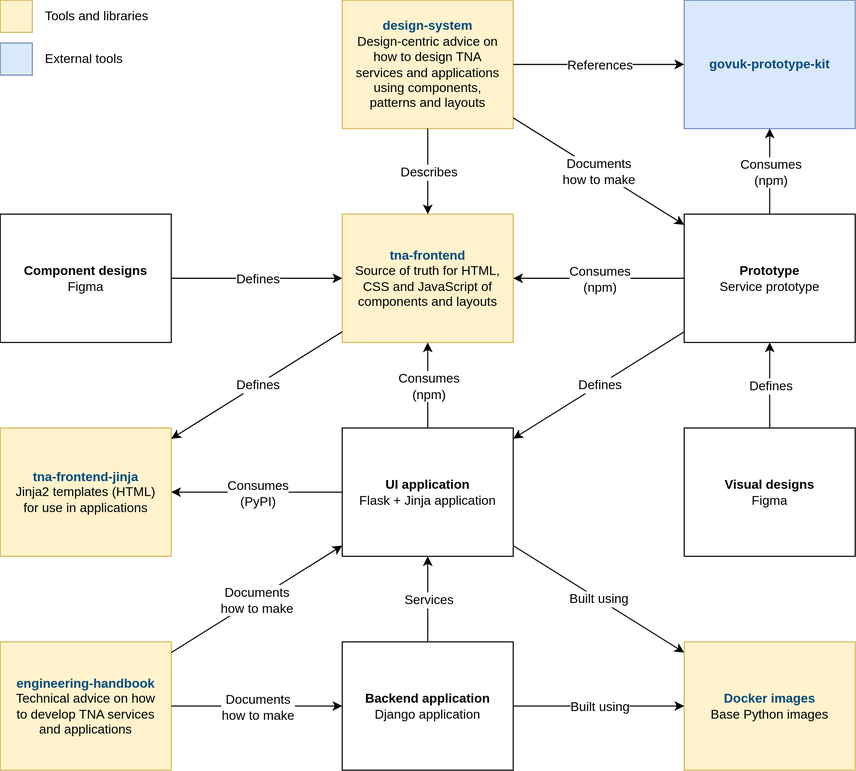
This is docs/assets/resource-relationships.drawio.svg from nationalarchives/engineering-handbook, a draw.io export, as it was before one commit. Source tidied: cells renumbered, new cells last; positions are measured from the earlier drawing's top-left corner, leaving out a move shared by most shapes.
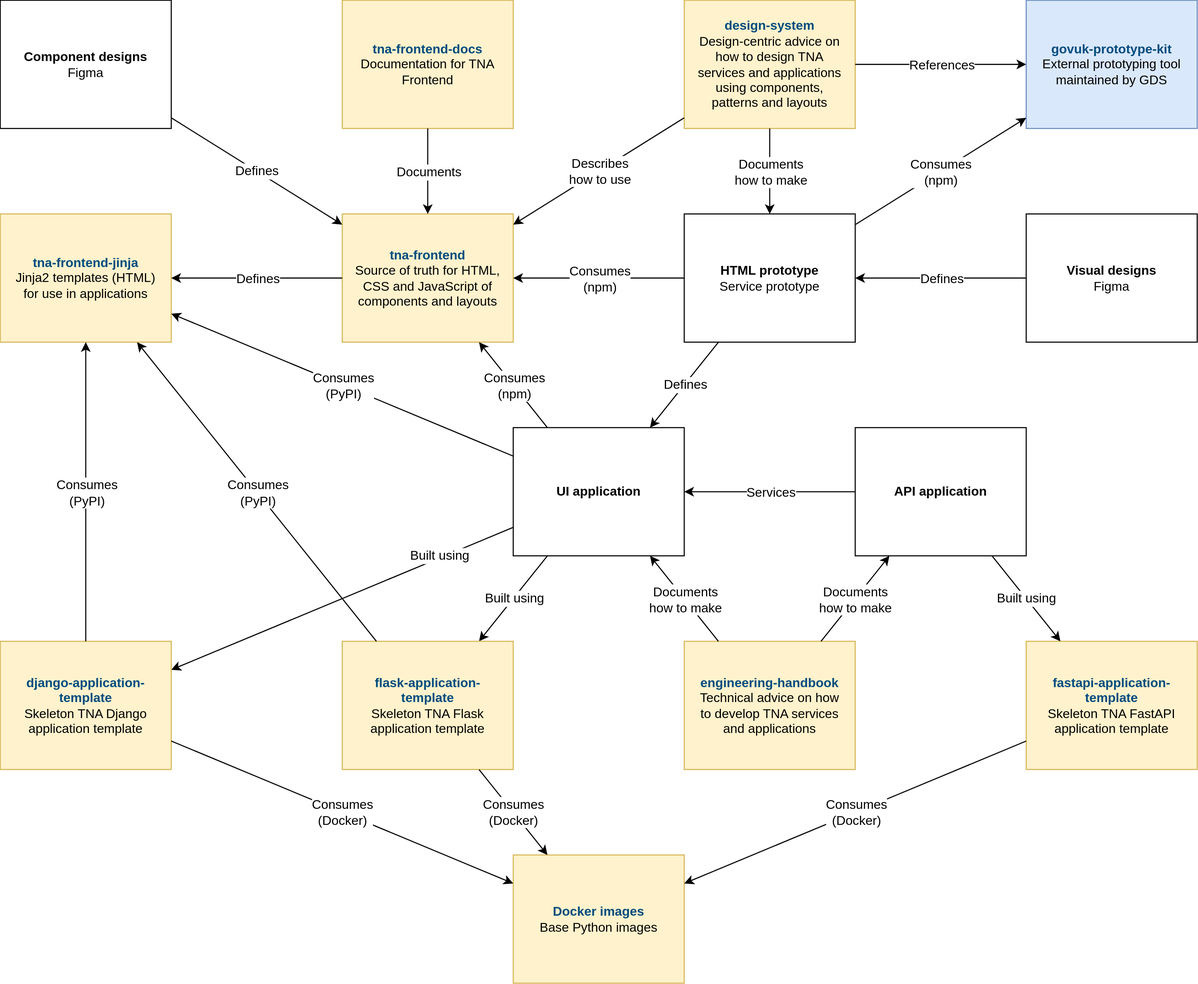
The same file after the commit.

Commit message:
Update relationships diagram

Diff of the diagram source:
```diff
@@ -5,65 +5,38 @@
     <mxCell id="2" value="&lt;b&gt;&lt;a href=&quot;https://nationalarchives.github.io/engineering-handbook/resources/tna-frontend/&quot;&gt;&lt;font color=&quot;#004c7e&quot;&gt;tna-frontend&lt;/font&gt;&lt;/a&gt;&lt;/b&gt;&lt;br&gt;Source of truth for HTML, CSS and JavaScript of components and layouts" style="rounded=0;whiteSpace=wrap;html=1;spacing=10;fillColor=#fff2cc;strokeColor=#d6b656;" parent="1" vertex="1">
       <mxGeometry x="320" y="200" width="160" height="120" as="geometry" />
     </mxCell>
-    <mxCell id="3" value="&lt;b&gt;Backend application&lt;/b&gt;&lt;br&gt;Django application" style="rounded=0;whiteSpace=wrap;html=1;spacing=10;" parent="1" vertex="1">
-      <mxGeometry x="320" y="600" width="160" height="120" as="geometry" />
-    </mxCell>
-    <mxCell id="4" style="endArrow=classic;html=1;rounded=0;" parent="1" edge="1" source="3" target="17">
-      <mxGeometry relative="1" as="geometry" />
-    </mxCell>
-    <mxCell id="5" value="Services" style="edgeLabel;html=1;align=center;verticalAlign=middle;fontSize=12;" parent="4" vertex="1">
-      <mxGeometry relative="1" as="geometry" />
-    </mxCell>
     <mxCell id="6" value="&lt;b&gt;&lt;a href=&quot;https://nationalarchives.github.io/engineering-handbook/resources/design-system/&quot;&gt;&lt;font color=&quot;#004c7e&quot;&gt;design-system&lt;/font&gt;&lt;/a&gt;&lt;/b&gt;&lt;br&gt;Design-centric advice on how to design TNA services and applications using components, patterns and layouts" style="rounded=0;whiteSpace=wrap;html=1;spacing=10;fillColor=#fff2cc;strokeColor=#d6b656;" parent="1" vertex="1">
-      <mxGeometry x="320" width="160" height="120" as="geometry" />
+      <mxGeometry x="640" width="160" height="120" as="geometry" />
     </mxCell>
     <mxCell id="7" style="endArrow=classic;html=1;rounded=0;" parent="1" edge="1" source="6" target="2">
       <mxGeometry relative="1" as="geometry" />
     </mxCell>
-    <mxCell id="8" value="Describes" style="edgeLabel;html=1;align=center;verticalAlign=middle;fontSize=12;" parent="7" vertex="1">
+    <mxCell id="8" value="Describes&lt;div&gt;how to use&lt;/div&gt;" style="edgeLabel;html=1;align=center;verticalAlign=middle;fontSize=12;" parent="7" vertex="1">
       <mxGeometry relative="1" as="geometry" />
     </mxCell>
     <mxCell id="9" value="&lt;b&gt;&lt;a href=&quot;https://nationalarchives.github.io/engineering-handbook/&quot;&gt;&lt;font color=&quot;#004c7e&quot;&gt;engineering-handbook&lt;/font&gt;&lt;/a&gt;&lt;/b&gt;&lt;br&gt;Technical advice on how to develop TNA services and applications" style="rounded=0;whiteSpace=wrap;html=1;spacing=10;fillColor=#fff2cc;strokeColor=#d6b656;" parent="1" vertex="1">
-      <mxGeometry y="600" width="160" height="120" as="geometry" />
+      <mxGeometry x="640" y="600" width="160" height="120" as="geometry" />
     </mxCell>
-    <mxCell id="10" style="endArrow=classic;html=1;rounded=0;" parent="1" edge="1" source="9" target="3">
-      <mxGeometry relative="1" as="geometry" />
-    </mxCell>
-    <mxCell id="11" value="Documents&lt;br style=&quot;border-color: var(--border-color);&quot;&gt;how to make" style="edgeLabel;html=1;align=center;verticalAlign=middle;fontSize=12;" parent="10" vertex="1">
-      <mxGeometry relative="1" as="geometry" />
-    </mxCell>
     <mxCell id="12" value="&lt;a href=&quot;https://nationalarchives.github.io/engineering-handbook/resources/tna-frontend-jinja/&quot;&gt;&lt;b&gt;&lt;font color=&quot;#004c7e&quot;&gt;tna-frontend-jinja&lt;/font&gt;&lt;/b&gt;&lt;br&gt;&lt;/a&gt;Jinja2 templates (HTML) for use in applications" style="rounded=0;whiteSpace=wrap;html=1;spacing=10;fillColor=#fff2cc;strokeColor=#d6b656;" parent="1" vertex="1">
-      <mxGeometry y="400" width="160" height="120" as="geometry" />
+      <mxGeometry y="200" width="160" height="120" as="geometry" />
     </mxCell>
-    <mxCell id="13" style="endArrow=classic;html=1;rounded=0;" parent="1" edge="1" source="9" target="17">
-      <mxGeometry relative="1" as="geometry" />
-    </mxCell>
-    <mxCell id="14" value="Documents&lt;br style=&quot;border-color: var(--border-color);&quot;&gt;how to make" style="edgeLabel;html=1;align=center;verticalAlign=middle;fontSize=12;" parent="13" vertex="1">
-      <mxGeometry relative="1" as="geometry" />
-    </mxCell>
     <mxCell id="15" style="endArrow=classic;html=1;rounded=0;" parent="1" edge="1" source="2" target="12">
       <mxGeometry relative="1" as="geometry" />
     </mxCell>
     <mxCell id="16" value="Defines" style="edgeLabel;html=1;align=center;verticalAlign=middle;fontSize=12;" parent="15" vertex="1">
       <mxGeometry relative="1" as="geometry" />
     </mxCell>
-    <mxCell id="17" value="&lt;b&gt;UI application&lt;/b&gt;&lt;div&gt;Flask + Jinja application&lt;/div&gt;" style="rounded=0;whiteSpace=wrap;html=1;spacing=10;" parent="1" vertex="1">
-      <mxGeometry x="320" y="400" width="160" height="120" as="geometry" />
+    <mxCell id="17" value="&lt;b&gt;UI application&lt;/b&gt;" style="rounded=0;whiteSpace=wrap;html=1;spacing=10;" parent="1" vertex="1">
+      <mxGeometry x="480" y="400" width="160" height="120" as="geometry" />
     </mxCell>
-    <mxCell id="18" style="endArrow=classic;html=1;rounded=0;" parent="1" edge="1" source="17" target="12">
-      <mxGeometry relative="1" as="geometry" />
-    </mxCell>
-    <mxCell id="19" value="Consumes&lt;br style=&quot;font-size: 12px;&quot;&gt;(PyPI)" style="edgeLabel;html=1;align=center;verticalAlign=middle;fontSize=12;" parent="18" vertex="1">
-      <mxGeometry relative="1" as="geometry" />
-    </mxCell>
     <mxCell id="20" style="endArrow=classic;html=1;rounded=0;" parent="1" edge="1" source="17" target="2">
       <mxGeometry relative="1" as="geometry" />
     </mxCell>
     <mxCell id="21" value="Consumes&lt;br style=&quot;font-size: 12px;&quot;&gt;(npm)" style="edgeLabel;html=1;align=center;verticalAlign=middle;fontSize=12;" parent="20" vertex="1">
       <mxGeometry relative="1" as="geometry" />
     </mxCell>
-    <mxCell id="22" value="&lt;b&gt;&lt;a href=&quot;https://nationalarchives.github.io/engineering-handbook/resources/govuk-prototype-kit/&quot;&gt;&lt;font color=&quot;#004c7e&quot;&gt;govuk-prototype-kit&lt;/font&gt;&lt;/a&gt;&lt;/b&gt;" style="rounded=0;whiteSpace=wrap;html=1;spacing=10;fillColor=#dae8fc;strokeColor=#6c8ebf;fillStyle=auto;perimeterSpacing=0;glass=0;shadow=0;" parent="1" vertex="1">
-      <mxGeometry x="640" width="160" height="120" as="geometry" />
+    <mxCell id="22" value="&lt;b&gt;&lt;a href=&quot;https://nationalarchives.github.io/engineering-handbook/resources/govuk-prototype-kit/&quot;&gt;&lt;font color=&quot;#004c7e&quot;&gt;govuk-prototype-kit&lt;/font&gt;&lt;/a&gt;&lt;/b&gt;&lt;div&gt;External prototyping tool maintained by GDS&lt;/div&gt;" style="rounded=0;whiteSpace=wrap;html=1;spacing=10;fillColor=#dae8fc;strokeColor=#6c8ebf;fillStyle=auto;perimeterSpacing=0;glass=0;shadow=0;" parent="1" vertex="1">
+      <mxGeometry x="960" width="160" height="120" as="geometry" />
     </mxCell>
     <mxCell id="23" style="endArrow=classic;html=1;rounded=0;" parent="1" edge="1" source="6" target="22">
       <mxGeometry relative="1" as="geometry" />
@@ -71,7 +44,7 @@
     <mxCell id="24" value="References" style="edgeLabel;html=1;align=center;verticalAlign=middle;fontSize=12;" parent="23" vertex="1">
       <mxGeometry relative="1" as="geometry" />
     </mxCell>
-    <mxCell id="25" value="&lt;b&gt;Prototype&lt;/b&gt;&lt;br&gt;Service prototype" style="rounded=0;whiteSpace=wrap;html=1;spacing=10;" parent="1" vertex="1">
+    <mxCell id="25" value="&lt;b&gt;HTML prototype&lt;/b&gt;&lt;br&gt;Service prototype" style="rounded=0;whiteSpace=wrap;html=1;spacing=10;" parent="1" vertex="1">
       <mxGeometry x="640" y="200" width="160" height="120" as="geometry" />
     </mxCell>
     <mxCell id="26" style="endArrow=classic;html=1;rounded=0;" parent="1" edge="1" source="25" target="22">
@@ -99,7 +72,7 @@
       <mxGeometry relative="1" as="geometry" />
     </mxCell>
     <mxCell id="34" value="&lt;b&gt;Visual designs&lt;/b&gt;&lt;br&gt;Figma" style="rounded=0;whiteSpace=wrap;html=1;spacing=10;" parent="1" vertex="1">
-      <mxGeometry x="640" y="400" width="160" height="120" as="geometry" />
+      <mxGeometry x="960" y="200" width="160" height="120" as="geometry" />
     </mxCell>
     <mxCell id="35" style="endArrow=classic;html=1;rounded=0;" parent="1" edge="1" source="34" target="25">
       <mxGeometry relative="1" as="geometry" />
@@ -108,7 +81,7 @@
       <mxGeometry relative="1" as="geometry" />
     </mxCell>
     <mxCell id="37" value="&lt;b&gt;Component designs&lt;/b&gt;&lt;br&gt;Figma" style="rounded=0;whiteSpace=wrap;html=1;spacing=10;" parent="1" vertex="1">
-      <mxGeometry y="200" width="160" height="120" as="geometry" />
+      <mxGeometry width="160" height="120" as="geometry" />
     </mxCell>
     <mxCell id="38" style="endArrow=classic;html=1;rounded=0;" parent="1" edge="1" source="37" target="2">
       <mxGeometry relative="1" as="geometry" />
@@ -116,32 +89,103 @@
     <mxCell id="39" value="Defines" style="edgeLabel;html=1;align=center;verticalAlign=middle;fontSize=12;" parent="38" vertex="1">
       <mxGeometry relative="1" as="geometry" />
     </mxCell>
-    <mxCell id="40" style="rounded=0;whiteSpace=wrap;html=1;spacing=10;fillColor=#fff2cc;strokeColor=#d6b656;" parent="1" vertex="1">
-      <mxGeometry width="30" height="30" as="geometry" />
-    </mxCell>
-    <mxCell id="41" value="Tools and libraries" style="text;html=1;align=left;verticalAlign=middle;whiteSpace=wrap;rounded=0;" parent="1" vertex="1">
-      <mxGeometry x="40" width="120" height="30" as="geometry" />
-    </mxCell>
-    <mxCell id="42" style="rounded=0;whiteSpace=wrap;html=1;spacing=10;fillColor=#dae8fc;strokeColor=#6c8ebf;" parent="1" vertex="1">
-      <mxGeometry y="40" width="30" height="30" as="geometry" />
-    </mxCell>
-    <mxCell id="43" value="External tools" style="text;html=1;align=left;verticalAlign=middle;whiteSpace=wrap;rounded=0;" parent="1" vertex="1">
-      <mxGeometry x="40" y="40" width="120" height="30" as="geometry" />
-    </mxCell>
     <mxCell id="44" value="&lt;b&gt;&lt;a href=&quot;https://nationalarchives.github.io/engineering-handbook/resources/docker-images/&quot;&gt;&lt;font color=&quot;#004c7e&quot;&gt;Docker images&lt;/font&gt;&lt;/a&gt;&lt;/b&gt;&lt;div&gt;Base Python images&lt;/div&gt;" style="rounded=0;whiteSpace=wrap;html=1;spacing=10;fillColor=#fff2cc;strokeColor=#d6b656;" parent="1" vertex="1">
-      <mxGeometry x="640" y="600" width="160" height="120" as="geometry" />
+      <mxGeometry x="480" y="800" width="160" height="120" as="geometry" />
     </mxCell>
-    <mxCell id="45" style="endArrow=classic;html=1;rounded=0;" parent="1" edge="1" source="17" target="44">
+    <mxCell id="45" style="endArrow=classic;html=1;rounded=0;" parent="1" edge="1" source="17" target="52">
       <mxGeometry relative="1" as="geometry" />
     </mxCell>
     <mxCell id="46" value="Built using" style="edgeLabel;html=1;align=center;verticalAlign=middle;fontSize=12;" parent="45" vertex="1">
       <mxGeometry relative="1" as="geometry" />
     </mxCell>
-    <mxCell id="47" style="endArrow=classic;html=1;rounded=0;" parent="1" edge="1" source="3" target="44">
+    <mxCell id="47" style="endArrow=classic;html=1;rounded=0;" parent="1" edge="1" source="17" target="53">
       <mxGeometry relative="1" as="geometry" />
     </mxCell>
     <mxCell id="48" value="Built using" style="edgeLabel;html=1;align=center;verticalAlign=middle;fontSize=12;" parent="47" vertex="1">
-      <mxGeometry relative="1" as="geometry" />
+      <mxGeometry relative="1" as="geometry">
+        <mxPoint x="90" y="-40" as="offset" />
+      </mxGeometry>
     </mxCell>
+    <mxCell id="49" value="&lt;b&gt;&lt;a href=&quot;https://nationalarchives.github.io/engineering-handbook/resources/tna-frontend/&quot;&gt;&lt;font color=&quot;#004c7e&quot;&gt;tna-frontend-docs&lt;/font&gt;&lt;/a&gt;&lt;/b&gt;&lt;br&gt;Documentation for TNA Frontend" style="rounded=0;whiteSpace=wrap;html=1;spacing=10;fillColor=#fff2cc;strokeColor=#d6b656;" parent="1" vertex="1">
+      <mxGeometry x="320" width="160" height="120" as="geometry" />
+    </mxCell>
+    <mxCell id="50" style="endArrow=classic;html=1;rounded=0;" parent="1" edge="1" source="49" target="2">
+      <mxGeometry relative="1" as="geometry" />
+    </mxCell>
+    <mxCell id="51" value="Documents" style="edgeLabel;html=1;align=center;verticalAlign=middle;fontSize=12;" parent="50" vertex="1">
+      <mxGeometry relative="1" as="geometry" />
+    </mxCell>
+    <mxCell id="52" value="&lt;b&gt;&lt;a href=&quot;https://nationalarchives.github.io/engineering-handbook/resources/application-templates/#flask&quot;&gt;&lt;font color=&quot;#004c7e&quot;&gt;flask-application-template&lt;/font&gt;&lt;/a&gt;&lt;/b&gt;&lt;br&gt;Skeleton TNA Flask application template" style="rounded=0;whiteSpace=wrap;html=1;spacing=10;fillColor=#fff2cc;strokeColor=#d6b656;" parent="1" vertex="1">
+      <mxGeometry x="320" y="600" width="160" height="120" as="geometry" />
+    </mxCell>
+    <mxCell id="53" value="&lt;b&gt;&lt;a href=&quot;https://nationalarchives.github.io/engineering-handbook/resources/application-templates/#django&quot;&gt;&lt;font color=&quot;#004c7e&quot;&gt;django-application-template&lt;/font&gt;&lt;/a&gt;&lt;/b&gt;&lt;br&gt;Skeleton TNA Django application template" style="rounded=0;whiteSpace=wrap;html=1;spacing=10;fillColor=#fff2cc;strokeColor=#d6b656;" parent="1" vertex="1">
+      <mxGeometry y="600" width="160" height="120" as="geometry" />
+    </mxCell>
+    <mxCell id="54" style="endArrow=classic;html=1;rounded=0;" parent="1" edge="1" source="53" target="44">
+      <mxGeometry relative="1" as="geometry" />
+    </mxCell>
+    <mxCell id="55" value="Consumes&lt;br style=&quot;font-size: 12px;&quot;&gt;(Docker)" style="edgeLabel;html=1;align=center;verticalAlign=middle;fontSize=12;" parent="54" vertex="1">
+      <mxGeometry relative="1" as="geometry" />
+    </mxCell>
+    <mxCell id="56" style="endArrow=classic;html=1;rounded=0;" parent="1" edge="1" source="52" target="44">
+      <mxGeometry relative="1" as="geometry" />
+    </mxCell>
+    <mxCell id="57" value="Consumes&lt;br style=&quot;font-size: 12px;&quot;&gt;(Docker)" style="edgeLabel;html=1;align=center;verticalAlign=middle;fontSize=12;" parent="56" vertex="1">
+      <mxGeometry relative="1" as="geometry" />
+    </mxCell>
+    <mxCell id="58" value="&lt;b&gt;API application&lt;/b&gt;" style="rounded=0;whiteSpace=wrap;html=1;spacing=10;" parent="1" vertex="1">
+      <mxGeometry x="800" y="400" width="160" height="120" as="geometry" />
+    </mxCell>
+    <mxCell id="59" style="endArrow=classic;html=1;rounded=0;" parent="1" edge="1" source="58" target="17">
+      <mxGeometry relative="1" as="geometry" />
+    </mxCell>
+    <mxCell id="5" value="Services" style="edgeLabel;html=1;align=center;verticalAlign=middle;fontSize=12;" parent="59" vertex="1">
+      <mxGeometry relative="1" as="geometry" />
+    </mxCell>
+    <mxCell id="60" value="&lt;b&gt;&lt;a href=&quot;https://nationalarchives.github.io/engineering-handbook/resources/application-templates/#fastapi&quot;&gt;&lt;font color=&quot;#004c7e&quot;&gt;fastapi-application-template&lt;/font&gt;&lt;/a&gt;&lt;/b&gt;&lt;br&gt;Skeleton TNA FastAPI application template" style="rounded=0;whiteSpace=wrap;html=1;spacing=10;fillColor=#fff2cc;strokeColor=#d6b656;" parent="1" vertex="1">
+      <mxGeometry x="960" y="600" width="160" height="120" as="geometry" />
+    </mxCell>
+    <mxCell id="61" style="endArrow=classic;html=1;rounded=0;" parent="1" edge="1" source="60" target="44">
+      <mxGeometry relative="1" as="geometry" />
+    </mxCell>
+    <mxCell id="62" value="Consumes&lt;br style=&quot;font-size: 12px;&quot;&gt;(Docker)" style="edgeLabel;html=1;align=center;verticalAlign=middle;fontSize=12;" parent="61" vertex="1">
+      <mxGeometry relative="1" as="geometry" />
+    </mxCell>
+    <mxCell id="63" style="endArrow=classic;html=1;rounded=0;" parent="1" edge="1" source="58" target="60">
+      <mxGeometry relative="1" as="geometry" />
+    </mxCell>
+    <mxCell id="64" value="Built using" style="edgeLabel;html=1;align=center;verticalAlign=middle;fontSize=12;" parent="63" vertex="1">
+      <mxGeometry relative="1" as="geometry" />
+    </mxCell>
+    <mxCell id="65" style="endArrow=classic;html=1;rounded=0;" parent="1" edge="1" source="9" target="58">
+      <mxGeometry relative="1" as="geometry" />
+    </mxCell>
+    <mxCell id="66" value="Documents&lt;br style=&quot;border-color: var(--border-color);&quot;&gt;how to make" style="edgeLabel;html=1;align=center;verticalAlign=middle;fontSize=12;" parent="65" vertex="1">
+      <mxGeometry relative="1" as="geometry" />
+    </mxCell>
+    <mxCell id="13" style="endArrow=classic;html=1;rounded=0;" parent="1" edge="1" source="9" target="17">
+      <mxGeometry relative="1" as="geometry" />
+    </mxCell>
+    <mxCell id="67" value="Documents&lt;br style=&quot;border-color: var(--border-color);&quot;&gt;how to make" style="edgeLabel;html=1;align=center;verticalAlign=middle;fontSize=12;" parent="13" vertex="1">
+      <mxGeometry relative="1" as="geometry" />
+    </mxCell>
+    <mxCell id="68" style="endArrow=classic;html=1;rounded=0;" parent="1" edge="1" source="53" target="12">
+      <mxGeometry relative="1" as="geometry" />
+    </mxCell>
+    <mxCell id="69" value="Consumes&lt;br style=&quot;font-size: 12px;&quot;&gt;(PyPI)" style="edgeLabel;html=1;align=center;verticalAlign=middle;fontSize=12;" parent="68" vertex="1">
+      <mxGeometry relative="1" as="geometry" />
+    </mxCell>
+    <mxCell id="70" style="endArrow=classic;html=1;rounded=0;" parent="1" edge="1" source="52" target="12">
+      <mxGeometry relative="1" as="geometry" />
+    </mxCell>
+    <mxCell id="71" value="Consumes&lt;br style=&quot;font-size: 12px;&quot;&gt;(PyPI)" style="edgeLabel;html=1;align=center;verticalAlign=middle;fontSize=12;" parent="70" vertex="1">
+      <mxGeometry relative="1" as="geometry" />
+    </mxCell>
+    <mxCell id="18" style="endArrow=classic;html=1;rounded=0;" parent="1" edge="1" source="17" target="12">
+      <mxGeometry relative="1" as="geometry" />
+    </mxCell>
+    <mxCell id="72" value="Consumes&lt;br style=&quot;font-size: 12px;&quot;&gt;(PyPI)" style="edgeLabel;html=1;align=center;verticalAlign=middle;fontSize=12;" parent="18" vertex="1">
+      <mxGeometry relative="1" as="geometry" />
+    </mxCell>
   </root>
 </mxGraphModel>
```
